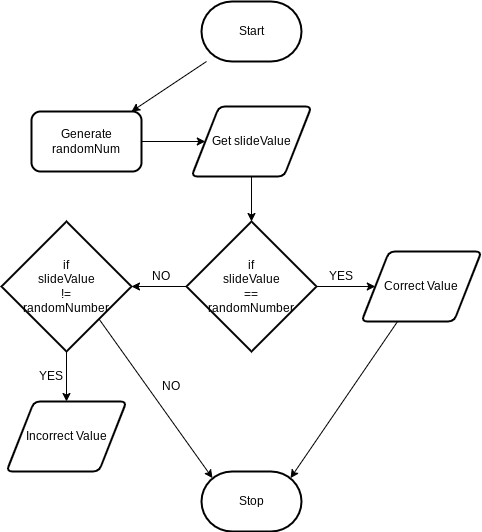
Earlier version of the draw.io export design/Unit5-01-flowchart.png (sam-corbett/ICS2O-Unit5-01). Source tidied: cells renumbered, new cells last; positions are measured from the earlier drawing's top-left corner, leaving out a move shared by most shapes.
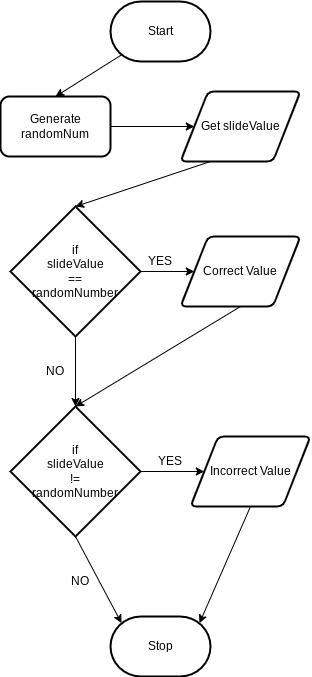
The same file after the commit.

The edit, as a diff of the source:
```diff
@@ -2,23 +2,23 @@
   <root>
     <mxCell id="0" />
     <mxCell id="1" parent="0" />
-    <mxCell id="2" style="edgeStyle=none;html=1;" parent="1" edge="1" source="3" target="5">
+    <mxCell id="2" style="edgeStyle=none;html=1;exitX=0.11;exitY=0.89;exitDx=0;exitDy=0;exitPerimeter=0;entryX=0.5;entryY=0;entryDx=0;entryDy=0;" parent="1" edge="1" source="3" target="5">
       <mxGeometry relative="1" as="geometry" />
     </mxCell>
     <mxCell id="3" value="Start" style="strokeWidth=2;html=1;shape=mxgraph.flowchart.terminator;whiteSpace=wrap;" parent="1" vertex="1">
-      <mxGeometry x="200" width="100" height="60" as="geometry" />
+      <mxGeometry x="100" y="-5" width="100" height="60" as="geometry" />
     </mxCell>
     <mxCell id="4" style="edgeStyle=none;html=1;" parent="1" edge="1" source="5" target="7">
       <mxGeometry relative="1" as="geometry" />
     </mxCell>
     <mxCell id="5" value="Generate randomNum" style="rounded=1;whiteSpace=wrap;html=1;strokeWidth=2;" parent="1" vertex="1">
-      <mxGeometry x="30" y="110" width="110" height="60" as="geometry" />
+      <mxGeometry x="-10" y="90" width="110" height="60" as="geometry" />
     </mxCell>
-    <mxCell id="6" style="edgeStyle=none;html=1;" parent="1" edge="1" source="7" target="10">
+    <mxCell id="6" style="edgeStyle=none;html=1;exitX=0.25;exitY=1;exitDx=0;exitDy=0;entryX=0.5;entryY=0;entryDx=0;entryDy=0;" parent="1" edge="1" source="7" target="10">
       <mxGeometry relative="1" as="geometry" />
     </mxCell>
     <mxCell id="7" value="Get slideValue" style="shape=parallelogram;html=1;strokeWidth=2;perimeter=parallelogramPerimeter;whiteSpace=wrap;rounded=1;arcSize=12;size=0.23;" parent="1" vertex="1">
-      <mxGeometry x="190" y="105" width="120" height="70" as="geometry" />
+      <mxGeometry x="170" y="85" width="120" height="70" as="geometry" />
     </mxCell>
     <mxCell id="8" style="edgeStyle=none;html=1;" parent="1" edge="1" source="10" target="12">
       <mxGeometry relative="1" as="geometry" />
@@ -27,40 +27,43 @@
       <mxGeometry relative="1" as="geometry" />
     </mxCell>
     <mxCell id="10" value="if&lt;br&gt;slideValue&lt;br&gt;==&lt;br&gt;randomNumber" style="rhombus;whiteSpace=wrap;html=1;strokeWidth=2;" parent="1" vertex="1">
-      <mxGeometry x="185" y="220" width="130" height="130" as="geometry" />
+      <mxGeometry y="200" width="130" height="130" as="geometry" />
     </mxCell>
-    <mxCell id="11" style="edgeStyle=none;html=1;entryX=0.89;entryY=0.11;entryDx=0;entryDy=0;entryPerimeter=0;" parent="1" edge="1" source="12" target="18">
-      <mxGeometry relative="1" as="geometry" />
-    </mxCell>
+    <mxCell id="22" style="edgeStyle=none;html=1;exitX=0.5;exitY=1;exitDx=0;exitDy=0;entryX=0.5;entryY=0;entryDx=0;entryDy=0;" parent="1" edge="1" source="12" target="16">
+      <mxGeometry relative="1" as="geometry" />
+    </mxCell>
     <mxCell id="12" value="Correct Value" style="shape=parallelogram;html=1;strokeWidth=2;perimeter=parallelogramPerimeter;whiteSpace=wrap;rounded=1;arcSize=12;size=0.23;" parent="1" vertex="1">
-      <mxGeometry x="360" y="250" width="120" height="70" as="geometry" />
+      <mxGeometry x="170" y="230" width="120" height="70" as="geometry" />
     </mxCell>
-    <mxCell id="13" value="YES" style="text;html=1;strokeColor=none;fillColor=none;align=center;verticalAlign=middle;whiteSpace=wrap;rounded=0;" parent="1" vertex="1">
-      <mxGeometry x="310" y="260" width="60" height="30" as="geometry" />
-    </mxCell>
     <mxCell id="14" style="edgeStyle=none;html=1;" parent="1" edge="1" source="16" target="19">
       <mxGeometry relative="1" as="geometry" />
     </mxCell>
-    <mxCell id="15" style="edgeStyle=none;html=1;exitX=1;exitY=1;exitDx=0;exitDy=0;entryX=0.11;entryY=0.11;entryDx=0;entryDy=0;entryPerimeter=0;" parent="1" edge="1" source="16" target="18">
+    <mxCell id="15" style="edgeStyle=none;html=1;exitX=0.5;exitY=1;exitDx=0;exitDy=0;entryX=0.11;entryY=0.11;entryDx=0;entryDy=0;entryPerimeter=0;" parent="1" edge="1" source="16" target="18">
       <mxGeometry relative="1" as="geometry" />
     </mxCell>
     <mxCell id="16" value="if&lt;br&gt;slideValue&lt;br&gt;!=&lt;br&gt;randomNumber" style="rhombus;whiteSpace=wrap;html=1;strokeWidth=2;" parent="1" vertex="1">
-      <mxGeometry y="220" width="130" height="130" as="geometry" />
+      <mxGeometry y="400" width="130" height="130" as="geometry" />
     </mxCell>
-    <mxCell id="17" value="NO" style="text;html=1;strokeColor=none;fillColor=none;align=center;verticalAlign=middle;whiteSpace=wrap;rounded=0;" parent="1" vertex="1">
-      <mxGeometry x="130" y="260" width="60" height="30" as="geometry" />
-    </mxCell>
     <mxCell id="18" value="Stop" style="strokeWidth=2;html=1;shape=mxgraph.flowchart.terminator;whiteSpace=wrap;" parent="1" vertex="1">
-      <mxGeometry x="200" y="470" width="100" height="60" as="geometry" />
+      <mxGeometry x="100" y="610" width="100" height="60" as="geometry" />
     </mxCell>
+    <mxCell id="23" style="edgeStyle=none;html=1;exitX=0.5;exitY=1;exitDx=0;exitDy=0;entryX=0.89;entryY=0.11;entryDx=0;entryDy=0;entryPerimeter=0;" parent="1" edge="1" source="19" target="18">
+      <mxGeometry relative="1" as="geometry" />
+    </mxCell>
     <mxCell id="19" value="Incorrect Value" style="shape=parallelogram;html=1;strokeWidth=2;perimeter=parallelogramPerimeter;whiteSpace=wrap;rounded=1;arcSize=12;size=0.23;" parent="1" vertex="1">
-      <mxGeometry x="5" y="400" width="120" height="70" as="geometry" />
+      <mxGeometry x="180" y="430" width="120" height="70" as="geometry" />
     </mxCell>
-    <mxCell id="20" value="YES" style="text;html=1;strokeColor=none;fillColor=none;align=center;verticalAlign=middle;whiteSpace=wrap;rounded=0;" parent="1" vertex="1">
-      <mxGeometry x="20" y="360" width="60" height="30" as="geometry" />
-    </mxCell>
-    <mxCell id="21" value="NO" style="text;html=1;strokeColor=none;fillColor=none;align=center;verticalAlign=middle;whiteSpace=wrap;rounded=0;" parent="1" vertex="1">
-      <mxGeometry x="140" y="370" width="60" height="30" as="geometry" />
-    </mxCell>
+    <mxCell id="24" value="YES" style="text;html=1;strokeColor=none;fillColor=none;align=center;verticalAlign=middle;whiteSpace=wrap;rounded=0;" parent="1" vertex="1">
+      <mxGeometry x="120" y="240" width="60" height="30" as="geometry" />
+    </mxCell>
+    <mxCell id="25" value="NO" style="text;html=1;strokeColor=none;fillColor=none;align=center;verticalAlign=middle;whiteSpace=wrap;rounded=0;" parent="1" vertex="1">
+      <mxGeometry x="15" y="350" width="60" height="30" as="geometry" />
+    </mxCell>
+    <mxCell id="26" value="YES" style="text;html=1;strokeColor=none;fillColor=none;align=center;verticalAlign=middle;whiteSpace=wrap;rounded=0;" parent="1" vertex="1">
+      <mxGeometry x="130" y="440" width="60" height="30" as="geometry" />
+    </mxCell>
+    <mxCell id="27" value="NO" style="text;html=1;strokeColor=none;fillColor=none;align=center;verticalAlign=middle;whiteSpace=wrap;rounded=0;" parent="1" vertex="1">
+      <mxGeometry x="40" y="560" width="60" height="30" as="geometry" />
+    </mxCell>
   </root>
 </mxGraphModel>
```
